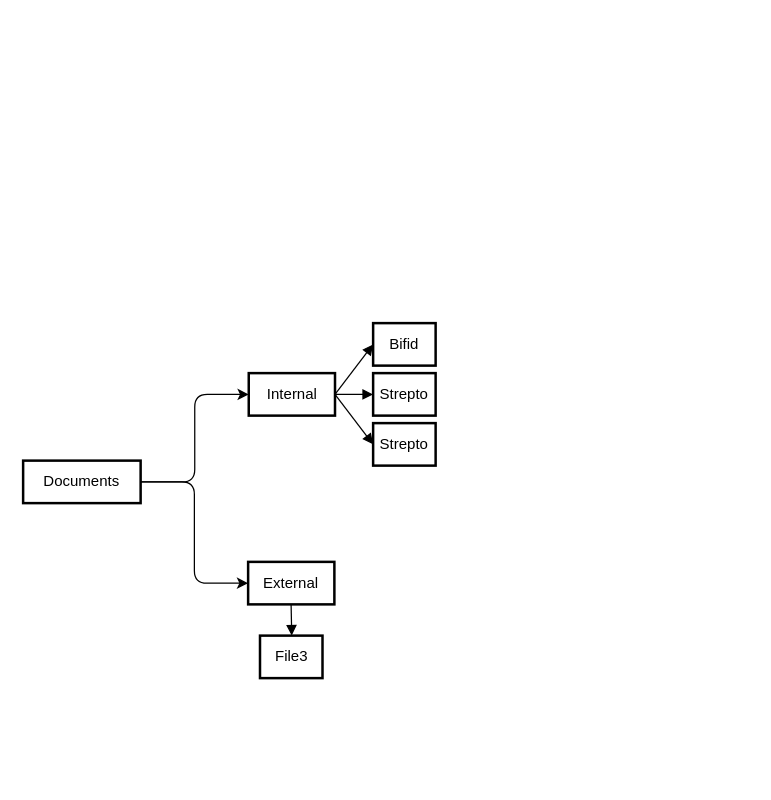
This is Diagramme sans nom.drawio from Yoseko/first_streamlit_app, a draw.io file, before an edit. Source tidied: cells renumbered, new cells numbered last; positions are measured from the earlier drawing's top-left corner, leaving out a move shared by most shapes. Both pictures are drawn from the tidied source at 125%, with x=0, y=0 at pixel (22, 322).
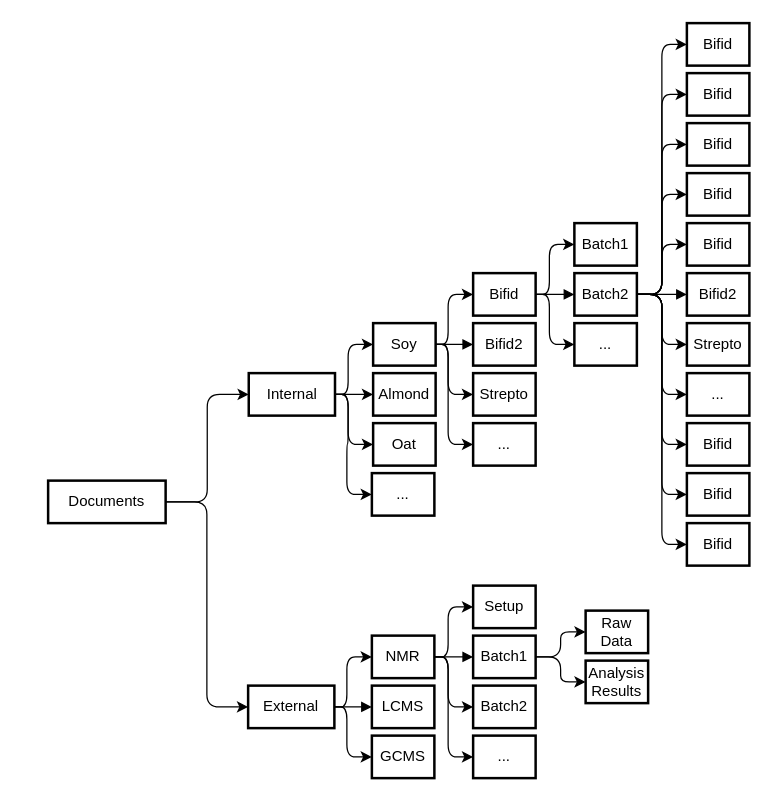
The same page after the edit.

Commit message (it also covers changes not shown here):
Mettre à jour Diagramme sans nom.drawio

The change refers to these unchanged cells:
```xml
<mxCell id="4" value="Internal" style="whiteSpace=wrap;strokeWidth=2;" parent="1" vertex="1">
  <mxGeometry x="180.5" y="40" width="69" height="34" as="geometry" />
</mxCell>
```

Change to the diagram source:
```diff
@@
     <mxCell id="3" value="Documents" style="whiteSpace=wrap;strokeWidth=2;" parent="1" vertex="1">
-      <mxGeometry y="110" width="94" height="34" as="geometry" />
+      <mxGeometry x="20" y="126" width="94" height="34" as="geometry" />
     </mxCell>
+    <mxCell id="15" style="edgeStyle=orthogonalEdgeStyle;rounded=0;jettySize=auto;html=1;exitX=1;exitY=0.5;exitDx=0;exitDy=0;entryX=0;entryY=0.5;entryDx=0;entryDy=0;" parent="1" edge="1" source="4" target="11">
+      <mxGeometry relative="1" as="geometry" />
+    </mxCell>
+    <mxCell id="8" style="edgeStyle=orthogonalEdgeStyle;rounded=1;jettySize=auto;html=1;exitX=1;exitY=0.5;exitDx=0;exitDy=0;entryX=0;entryY=0.5;entryDx=0;entryDy=0;curved=0;" parent="1" edge="1" source="4" target="6">
+      <mxGeometry relative="1" as="geometry">
+        <Array as="points">
+          <mxPoint x="260" y="57" />
+          <mxPoint x="260" y="17" />
+        </Array>
+      </mxGeometry>
+    </mxCell>
+    <mxCell id="14" style="edgeStyle=orthogonalEdgeStyle;rounded=1;jettySize=auto;html=1;exitX=1;exitY=0.5;exitDx=0;exitDy=0;entryX=0;entryY=0.5;entryDx=0;entryDy=0;curved=0;" parent="1" edge="1" source="4" target="13">
+      <mxGeometry relative="1" as="geometry">
+        <Array as="points">
+          <mxPoint x="260" y="57" />
+          <mxPoint x="260" y="97" />
+        </Array>
+      </mxGeometry>
+    </mxCell>
+    <mxCell id="16" style="edgeStyle=orthogonalEdgeStyle;rounded=1;jettySize=auto;html=1;exitX=1;exitY=0.5;exitDx=0;exitDy=0;entryX=0;entryY=0.5;entryDx=0;entryDy=0;curved=0;" parent="1" edge="1" source="4" target="45">
+      <mxGeometry relative="1" as="geometry">
+        <Array as="points">
+          <mxPoint x="260" y="57" />
+          <mxPoint x="260" y="97" />
+          <mxPoint x="259" y="97" />
+          <mxPoint x="259" y="137" />
+        </Array>
+      </mxGeometry>
+    </mxCell>
@@
+    <mxCell id="17" style="edgeStyle=orthogonalEdgeStyle;rounded=1;jettySize=auto;html=1;exitX=1;exitY=0.5;exitDx=0;exitDy=0;entryX=0;entryY=0.5;entryDx=0;entryDy=0;curved=0;" parent="1" edge="1" source="5" target="25">
+      <mxGeometry relative="1" as="geometry">
+        <Array as="points">
+          <mxPoint x="259" y="307" />
+          <mxPoint x="259" y="267" />
+        </Array>
+      </mxGeometry>
+    </mxCell>
+    <mxCell id="18" style="edgeStyle=orthogonalEdgeStyle;rounded=1;jettySize=auto;html=1;exitX=1;exitY=0.5;exitDx=0;exitDy=0;entryX=0;entryY=0.5;entryDx=0;entryDy=0;curved=0;" parent="1" edge="1" source="5" target="28">
+      <mxGeometry relative="1" as="geometry">
+        <Array as="points">
+          <mxPoint x="259" y="307" />
+          <mxPoint x="259" y="347" />
+        </Array>
+      </mxGeometry>
+    </mxCell>
     <mxCell id="5" value="External" style="whiteSpace=wrap;strokeWidth=2;" parent="1" vertex="1">
-      <mxGeometry x="180" y="191" width="69" height="34" as="geometry" />
+      <mxGeometry x="180" y="290" width="69" height="34" as="geometry" />
     </mxCell>
+    <mxCell id="19" style="edgeStyle=orthogonalEdgeStyle;rounded=1;jettySize=auto;html=1;exitX=1;exitY=0.5;exitDx=0;exitDy=0;entryX=0;entryY=0.5;entryDx=0;entryDy=0;curved=0;" parent="1" edge="1" source="6" target="31">
+      <mxGeometry relative="1" as="geometry">
+        <Array as="points">
+          <mxPoint x="340" y="17" />
+          <mxPoint x="340" y="-23" />
+        </Array>
+      </mxGeometry>
+    </mxCell>
+    <mxCell id="20" style="edgeStyle=orthogonalEdgeStyle;rounded=1;jettySize=auto;html=1;exitX=1;exitY=0.5;exitDx=0;exitDy=0;entryX=0;entryY=0.5;entryDx=0;entryDy=0;curved=0;" parent="1" edge="1" source="6" target="34">
+      <mxGeometry relative="1" as="geometry">
+        <Array as="points">
+          <mxPoint x="340" y="17" />
+          <mxPoint x="340" y="57" />
+        </Array>
+      </mxGeometry>
+    </mxCell>
+    <mxCell id="21" style="edgeStyle=orthogonalEdgeStyle;rounded=1;jettySize=auto;html=1;exitX=1;exitY=0.5;exitDx=0;exitDy=0;entryX=0;entryY=0.5;entryDx=0;entryDy=0;curved=0;" parent="1" edge="1" source="6" target="43">
+      <mxGeometry relative="1" as="geometry">
+        <Array as="points">
+          <mxPoint x="340" y="17" />
+          <mxPoint x="340" y="97" />
+        </Array>
+      </mxGeometry>
+    </mxCell>
-    <mxCell id="6" value="Bifid" style="whiteSpace=wrap;strokeWidth=2;" parent="1" vertex="1">
+    <mxCell id="6" value="Soy" style="whiteSpace=wrap;strokeWidth=2;" parent="1" vertex="1">
       <mxGeometry x="280" width="50" height="34" as="geometry" />
     </mxCell>
-    <mxCell id="7" value="File3" style="whiteSpace=wrap;strokeWidth=2;" parent="1" vertex="1">
-      <mxGeometry x="189.5" y="250" width="50" height="34" as="geometry" />
-    </mxCell>
-    <mxCell id="8" style="curved=0;startArrow=none;endArrow=block;exitX=1;exitY=0.5;entryX=0;entryY=0.5;exitDx=0;exitDy=0;entryDx=0;entryDy=0;rounded=1;" parent="1" edge="1" source="4" target="6">
-      <mxGeometry relative="1" as="geometry" />
-    </mxCell>
-    <mxCell id="9" style="curved=1;startArrow=none;endArrow=block;exitX=0.4983016304347826;exitY=0.9705882352941176;entryX=0.50765625;entryY=0;" parent="1" edge="1" source="5" target="7">
-      <mxGeometry relative="1" as="geometry" />
-    </mxCell>
@@
-    <mxCell id="11" value="Strepto" style="whiteSpace=wrap;strokeWidth=2;" parent="1" vertex="1">
+    <mxCell id="11" value="Almond" style="whiteSpace=wrap;strokeWidth=2;" parent="1" vertex="1">
       <mxGeometry x="280" y="40" width="50" height="34" as="geometry" />
     </mxCell>
-    <mxCell id="12" style="curved=0;startArrow=none;endArrow=block;entryX=0;entryY=0.5;entryDx=0;entryDy=0;rounded=1;" parent="1" edge="1" target="11">
-      <mxGeometry relative="1" as="geometry">
-        <mxPoint x="250" y="57" as="sourcePoint" />
-      </mxGeometry>
-    </mxCell>
-    <mxCell id="13" value="Strepto" style="whiteSpace=wrap;strokeWidth=2;" parent="1" vertex="1">
+    <mxCell id="13" value="Oat" style="whiteSpace=wrap;strokeWidth=2;" parent="1" vertex="1">
       <mxGeometry x="280" y="80" width="50" height="34" as="geometry" />
     </mxCell>
-    <mxCell id="14" style="curved=0;startArrow=none;endArrow=block;entryX=0;entryY=0.5;entryDx=0;entryDy=0;rounded=1;exitX=1;exitY=0.5;exitDx=0;exitDy=0;" parent="1" edge="1" source="4" target="13">
-      <mxGeometry relative="1" as="geometry" />
-    </mxCell>
+    <mxCell id="22" style="edgeStyle=orthogonalEdgeStyle;rounded=1;jettySize=auto;html=1;exitX=1;exitY=0.5;exitDx=0;exitDy=0;entryX=0;entryY=0.5;entryDx=0;entryDy=0;curved=0;" parent="1" edge="1" source="25" target="35">
+      <mxGeometry relative="1" as="geometry">
+        <Array as="points">
+          <mxPoint x="340" y="267" />
+          <mxPoint x="340" y="227" />
+        </Array>
+      </mxGeometry>
+    </mxCell>
+    <mxCell id="23" style="edgeStyle=orthogonalEdgeStyle;rounded=1;jettySize=auto;html=1;exitX=1;exitY=0.5;exitDx=0;exitDy=0;entryX=0;entryY=0.5;entryDx=0;entryDy=0;curved=0;" parent="1" edge="1" source="25" target="39">
+      <mxGeometry relative="1" as="geometry">
+        <Array as="points">
+          <mxPoint x="340" y="267" />
+          <mxPoint x="340" y="307" />
+        </Array>
+      </mxGeometry>
+    </mxCell>
+    <mxCell id="24" style="edgeStyle=orthogonalEdgeStyle;rounded=1;jettySize=auto;html=1;exitX=1;exitY=0.5;exitDx=0;exitDy=0;entryX=0;entryY=0.5;entryDx=0;entryDy=0;curved=0;" parent="1" edge="1" source="25" target="44">
+      <mxGeometry relative="1" as="geometry">
+        <Array as="points">
+          <mxPoint x="340" y="267" />
+          <mxPoint x="340" y="347" />
+        </Array>
+      </mxGeometry>
+    </mxCell>
+    <mxCell id="25" value="NMR" style="whiteSpace=wrap;strokeWidth=2;" parent="1" vertex="1">
+      <mxGeometry x="279" y="250" width="50" height="34" as="geometry" />
+    </mxCell>
+    <mxCell id="26" value="LCMS" style="whiteSpace=wrap;strokeWidth=2;" parent="1" vertex="1">
+      <mxGeometry x="279" y="290" width="50" height="34" as="geometry" />
+    </mxCell>
+    <mxCell id="27" style="curved=0;startArrow=none;endArrow=block;entryX=0;entryY=0.5;entryDx=0;entryDy=0;rounded=1;" parent="1" edge="1" target="26">
+      <mxGeometry relative="1" as="geometry">
+        <mxPoint x="249" y="307" as="sourcePoint" />
+      </mxGeometry>
+    </mxCell>
+    <mxCell id="28" value="GCMS" style="whiteSpace=wrap;strokeWidth=2;" parent="1" vertex="1">
+      <mxGeometry x="279" y="330" width="50" height="34" as="geometry" />
+    </mxCell>
+    <mxCell id="29" style="edgeStyle=orthogonalEdgeStyle;rounded=1;jettySize=auto;html=1;exitX=1;exitY=0.5;exitDx=0;exitDy=0;entryX=0;entryY=0.5;entryDx=0;entryDy=0;strokeColor=none;curved=0;" parent="1" edge="1" target="54">
+      <mxGeometry relative="1" as="geometry">
+        <mxPoint x="491" y="-23" as="sourcePoint" />
+      </mxGeometry>
+    </mxCell>
+    <mxCell id="30" style="edgeStyle=orthogonalEdgeStyle;rounded=1;jettySize=auto;html=1;exitX=1;exitY=0.5;exitDx=0;exitDy=0;entryX=0;entryY=0.5;entryDx=0;entryDy=0;curved=0;" parent="1" edge="1" target="57">
+      <mxGeometry relative="1" as="geometry">
+        <mxPoint x="491" y="-23" as="sourcePoint" />
+        <Array as="points">
+          <mxPoint x="511" y="-23" />
+          <mxPoint x="511" y="-223" />
+        </Array>
+      </mxGeometry>
+    </mxCell>
+    <mxCell id="31" value="Bifid" style="whiteSpace=wrap;strokeWidth=2;" parent="1" vertex="1">
+      <mxGeometry x="360" y="-40" width="50" height="34" as="geometry" />
+    </mxCell>
+    <mxCell id="32" value="Bifid2" style="whiteSpace=wrap;strokeWidth=2;" parent="1" vertex="1">
+      <mxGeometry x="360" width="50" height="34" as="geometry" />
+    </mxCell>
+    <mxCell id="33" style="curved=0;startArrow=none;endArrow=block;entryX=0;entryY=0.5;entryDx=0;entryDy=0;rounded=1;" parent="1" edge="1" target="32">
+      <mxGeometry relative="1" as="geometry">
+        <mxPoint x="330" y="17" as="sourcePoint" />
+      </mxGeometry>
+    </mxCell>
+    <mxCell id="34" value="Strepto" style="whiteSpace=wrap;strokeWidth=2;" parent="1" vertex="1">
+      <mxGeometry x="360" y="40" width="50" height="34" as="geometry" />
+    </mxCell>
+    <mxCell id="35" value="Setup" style="whiteSpace=wrap;strokeWidth=2;" parent="1" vertex="1">
+      <mxGeometry x="360" y="210" width="50" height="34" as="geometry" />
+    </mxCell>
+    <mxCell id="36" style="edgeStyle=orthogonalEdgeStyle;rounded=1;jettySize=auto;html=1;curved=0;" parent="1" edge="1" source="37" target="41">
+      <mxGeometry relative="1" as="geometry" />
+    </mxCell>
+    <mxCell id="37" value="Batch1" style="whiteSpace=wrap;strokeWidth=2;" parent="1" vertex="1">
+      <mxGeometry x="360" y="250" width="50" height="34" as="geometry" />
+    </mxCell>
+    <mxCell id="38" style="curved=0;startArrow=none;endArrow=block;entryX=0;entryY=0.5;entryDx=0;entryDy=0;rounded=1;" parent="1" edge="1" target="37">
+      <mxGeometry relative="1" as="geometry">
+        <mxPoint x="330" y="267" as="sourcePoint" />
+      </mxGeometry>
+    </mxCell>
+    <mxCell id="39" value="Batch2" style="whiteSpace=wrap;strokeWidth=2;" parent="1" vertex="1">
+      <mxGeometry x="360" y="290" width="50" height="34" as="geometry" />
+    </mxCell>
+    <mxCell id="40" value="Raw Data" style="whiteSpace=wrap;strokeWidth=2;" parent="1" vertex="1">
+      <mxGeometry x="450" y="230" width="50" height="34" as="geometry" />
+    </mxCell>
+    <mxCell id="41" value="Analysis Results" style="whiteSpace=wrap;strokeWidth=2;" parent="1" vertex="1">
+      <mxGeometry x="450" y="270" width="50" height="34" as="geometry" />
+    </mxCell>
+    <mxCell id="42" style="edgeStyle=orthogonalEdgeStyle;rounded=1;jettySize=auto;html=1;exitX=1;exitY=0.5;exitDx=0;exitDy=0;entryX=0;entryY=0.5;entryDx=0;entryDy=0;curved=0;" parent="1" edge="1" source="37" target="40">
+      <mxGeometry relative="1" as="geometry">
+        <Array as="points">
+          <mxPoint x="430" y="267" />
+          <mxPoint x="430" y="247" />
+        </Array>
+      </mxGeometry>
+    </mxCell>
+    <mxCell id="43" value="..." style="whiteSpace=wrap;strokeWidth=2;" parent="1" vertex="1">
+      <mxGeometry x="360" y="80" width="50" height="34" as="geometry" />
+    </mxCell>
+    <mxCell id="44" value="..." style="whiteSpace=wrap;strokeWidth=2;" parent="1" vertex="1">
+      <mxGeometry x="360" y="330" width="50" height="34" as="geometry" />
+    </mxCell>
+    <mxCell id="45" value="..." style="whiteSpace=wrap;strokeWidth=2;" parent="1" vertex="1">
+      <mxGeometry x="279" y="120" width="50" height="34" as="geometry" />
+    </mxCell>
+    <mxCell id="46" style="edgeStyle=orthogonalEdgeStyle;rounded=1;jettySize=auto;html=1;exitX=1;exitY=0.5;exitDx=0;exitDy=0;entryX=0;entryY=0.5;entryDx=0;entryDy=0;curved=0;" parent="1" edge="1" target="47">
+      <mxGeometry relative="1" as="geometry">
+        <mxPoint x="491" y="-23" as="sourcePoint" />
+        <Array as="points">
+          <mxPoint x="511" y="-23" />
+          <mxPoint x="511" y="-63" />
+        </Array>
+      </mxGeometry>
+    </mxCell>
+    <mxCell id="47" value="Bifid" style="whiteSpace=wrap;strokeWidth=2;" parent="1" vertex="1">
+      <mxGeometry x="531" y="-80" width="50" height="34" as="geometry" />
+    </mxCell>
+    <mxCell id="48" value="Bifid2" style="whiteSpace=wrap;strokeWidth=2;" parent="1" vertex="1">
+      <mxGeometry x="531" y="-40" width="50" height="34" as="geometry" />
+    </mxCell>
+    <mxCell id="49" style="curved=0;startArrow=none;endArrow=block;entryX=0;entryY=0.5;entryDx=0;entryDy=0;rounded=1;" parent="1" edge="1" target="48">
+      <mxGeometry relative="1" as="geometry">
+        <mxPoint x="491" y="-23" as="sourcePoint" />
+      </mxGeometry>
+    </mxCell>
+    <mxCell id="50" value="Strepto" style="whiteSpace=wrap;strokeWidth=2;" parent="1" vertex="1">
+      <mxGeometry x="531" width="50" height="34" as="geometry" />
+    </mxCell>
+    <mxCell id="51" value="..." style="whiteSpace=wrap;strokeWidth=2;" parent="1" vertex="1">
+      <mxGeometry x="531" y="40" width="50" height="34" as="geometry" />
+    </mxCell>
+    <mxCell id="52" value="Bifid" style="whiteSpace=wrap;strokeWidth=2;" parent="1" vertex="1">
+      <mxGeometry x="531" y="-200" width="50" height="34" as="geometry" />
+    </mxCell>
+    <mxCell id="53" value="Bifid" style="whiteSpace=wrap;strokeWidth=2;" parent="1" vertex="1">
+      <mxGeometry x="531" y="-160" width="50" height="34" as="geometry" />
+    </mxCell>
+    <mxCell id="54" value="Bifid" style="whiteSpace=wrap;strokeWidth=2;" parent="1" vertex="1">
+      <mxGeometry x="531" y="-120" width="50" height="34" as="geometry" />
+    </mxCell>
+    <mxCell id="55" value="Bifid" style="whiteSpace=wrap;strokeWidth=2;" parent="1" vertex="1">
+      <mxGeometry x="531" y="120" width="50" height="34" as="geometry" />
+    </mxCell>
+    <mxCell id="56" value="Bifid" style="whiteSpace=wrap;strokeWidth=2;" parent="1" vertex="1">
+      <mxGeometry x="531" y="80" width="50" height="34" as="geometry" />
+    </mxCell>
+    <mxCell id="57" value="Bifid" style="whiteSpace=wrap;strokeWidth=2;" parent="1" vertex="1">
+      <mxGeometry x="531" y="-240" width="50" height="34" as="geometry" />
+    </mxCell>
+    <mxCell id="58" value="Bifid" style="whiteSpace=wrap;strokeWidth=2;" parent="1" vertex="1">
+      <mxGeometry x="531" y="160" width="50" height="34" as="geometry" />
+    </mxCell>
+    <mxCell id="59" style="edgeStyle=orthogonalEdgeStyle;rounded=1;jettySize=auto;html=1;exitX=1;exitY=0.5;exitDx=0;exitDy=0;entryX=0;entryY=0.5;entryDx=0;entryDy=0;curved=0;" parent="1" edge="1" target="61">
+      <mxGeometry relative="1" as="geometry">
+        <mxPoint x="410" y="-23" as="sourcePoint" />
+        <Array as="points">
+          <mxPoint x="421" y="-23" />
+          <mxPoint x="421" y="-63" />
+        </Array>
+      </mxGeometry>
+    </mxCell>
+    <mxCell id="60" style="edgeStyle=orthogonalEdgeStyle;rounded=1;jettySize=auto;html=1;exitX=1;exitY=0.5;exitDx=0;exitDy=0;entryX=0;entryY=0.5;entryDx=0;entryDy=0;curved=0;" parent="1" edge="1" target="72">
+      <mxGeometry relative="1" as="geometry">
+        <mxPoint x="410" y="-23" as="sourcePoint" />
+        <Array as="points">
+          <mxPoint x="421" y="-23" />
+          <mxPoint x="421" y="17" />
+        </Array>
+      </mxGeometry>
+    </mxCell>
+    <mxCell id="61" value="Batch1" style="whiteSpace=wrap;strokeWidth=2;" parent="1" vertex="1">
+      <mxGeometry x="441" y="-80" width="50" height="34" as="geometry" />
+    </mxCell>
+    <mxCell id="62" style="edgeStyle=orthogonalEdgeStyle;rounded=1;jettySize=auto;html=1;exitX=1;exitY=0.5;exitDx=0;exitDy=0;entryX=0;entryY=0.5;entryDx=0;entryDy=0;curved=0;" parent="1" edge="1" source="70" target="52">
+      <mxGeometry relative="1" as="geometry" />
+    </mxCell>
+    <mxCell id="63" style="edgeStyle=orthogonalEdgeStyle;rounded=1;jettySize=auto;html=1;exitX=1;exitY=0.5;exitDx=0;exitDy=0;entryX=0;entryY=0.5;entryDx=0;entryDy=0;curved=0;" parent="1" edge="1" source="70" target="53">
+      <mxGeometry relative="1" as="geometry" />
+    </mxCell>
+    <mxCell id="64" style="edgeStyle=orthogonalEdgeStyle;rounded=1;jettySize=auto;html=1;exitX=1;exitY=0.5;exitDx=0;exitDy=0;entryX=0;entryY=0.5;entryDx=0;entryDy=0;curved=0;" parent="1" edge="1" source="70" target="54">
+      <mxGeometry relative="1" as="geometry" />
+    </mxCell>
+    <mxCell id="65" style="edgeStyle=orthogonalEdgeStyle;rounded=1;jettySize=auto;html=1;exitX=1;exitY=0.5;exitDx=0;exitDy=0;entryX=0;entryY=0.5;entryDx=0;entryDy=0;curved=0;" parent="1" edge="1" source="70" target="51">
+      <mxGeometry relative="1" as="geometry" />
+    </mxCell>
+    <mxCell id="66" style="edgeStyle=orthogonalEdgeStyle;rounded=1;jettySize=auto;html=1;exitX=1;exitY=0.5;exitDx=0;exitDy=0;entryX=0;entryY=0.5;entryDx=0;entryDy=0;curved=0;" parent="1" edge="1" source="70" target="56">
+      <mxGeometry relative="1" as="geometry" />
+    </mxCell>
+    <mxCell id="67" style="edgeStyle=orthogonalEdgeStyle;rounded=1;jettySize=auto;html=1;exitX=1;exitY=0.5;exitDx=0;exitDy=0;entryX=0;entryY=0.5;entryDx=0;entryDy=0;curved=0;" parent="1" edge="1" source="70" target="55">
+      <mxGeometry relative="1" as="geometry" />
+    </mxCell>
+    <mxCell id="68" style="edgeStyle=orthogonalEdgeStyle;rounded=1;jettySize=auto;html=1;exitX=1;exitY=0.5;exitDx=0;exitDy=0;entryX=0;entryY=0.5;entryDx=0;entryDy=0;curved=0;" parent="1" edge="1" source="70" target="58">
+      <mxGeometry relative="1" as="geometry" />
+    </mxCell>
+    <mxCell id="69" style="edgeStyle=orthogonalEdgeStyle;rounded=1;jettySize=auto;html=1;exitX=1;exitY=0.5;exitDx=0;exitDy=0;entryX=0;entryY=0.5;entryDx=0;entryDy=0;curved=0;" parent="1" edge="1" source="70" target="50">
+      <mxGeometry relative="1" as="geometry" />
+    </mxCell>
+    <mxCell id="70" value="Batch2" style="whiteSpace=wrap;strokeWidth=2;" parent="1" vertex="1">
+      <mxGeometry x="441" y="-40" width="50" height="34" as="geometry" />
+    </mxCell>
+    <mxCell id="71" style="curved=0;startArrow=none;endArrow=block;entryX=0;entryY=0.5;entryDx=0;entryDy=0;rounded=1;" parent="1" edge="1" target="70">
+      <mxGeometry relative="1" as="geometry">
+        <mxPoint x="411" y="-23" as="sourcePoint" />
+      </mxGeometry>
+    </mxCell>
+    <mxCell id="72" value="..." style="whiteSpace=wrap;strokeWidth=2;" parent="1" vertex="1">
+      <mxGeometry x="441" width="50" height="34" as="geometry" />
+    </mxCell>
```
